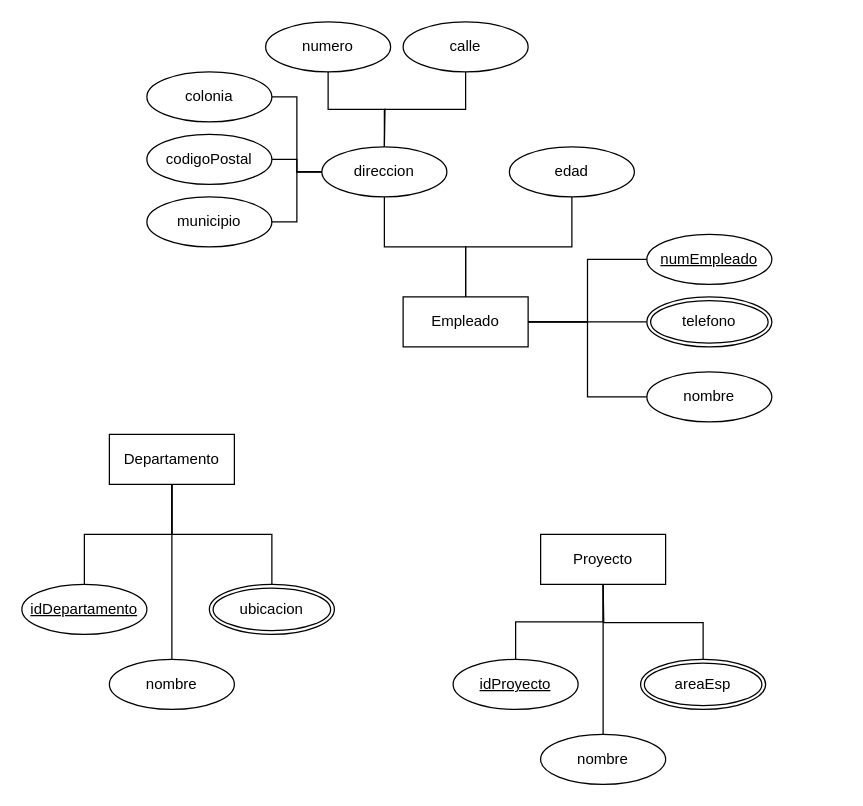
Earlier version of the draw.io diagram Activity-2-2.drawio (xmr-p/DatabaseCharts). Source tidied: cells renumbered, new cells numbered last; positions are measured from the earlier drawing's top-left corner, leaving out a move shared by most shapes. Both pictures are drawn from the tidied source at 125%, with x=0, y=0 at pixel (21, 21).
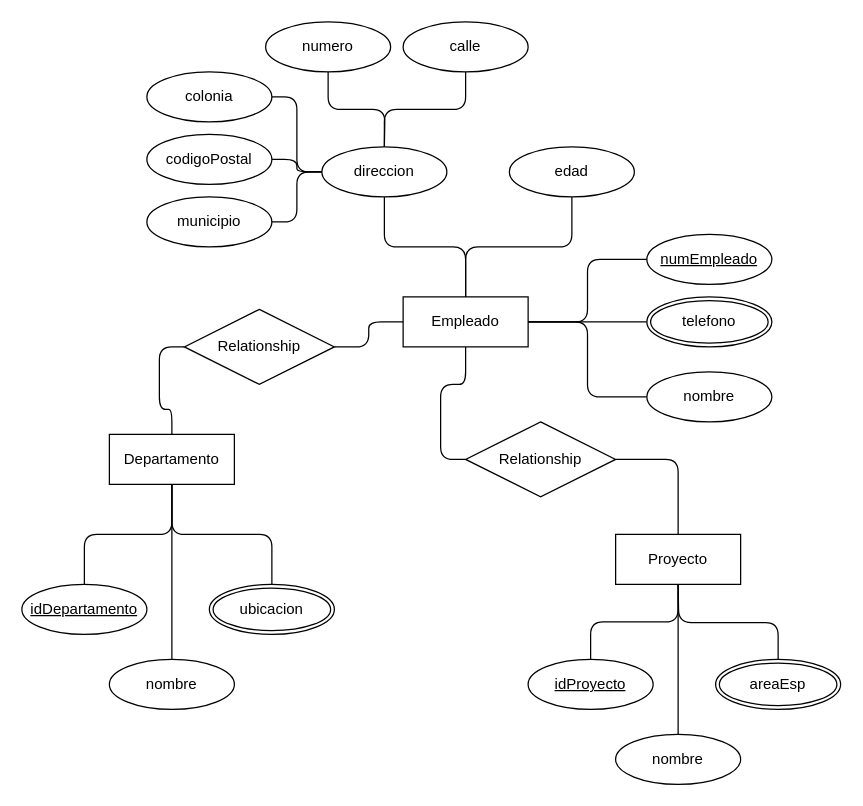
After the change.

Unchanged cells that the change refers to:
```xml
<mxCell id="3" value="Empleado" style="whiteSpace=wrap;html=1;align=center;" parent="1" vertex="1">
  <mxGeometry x="305" y="220" width="100" height="40" as="geometry" />
</mxCell>
<mxCell id="4" value="Departamento" style="whiteSpace=wrap;html=1;align=center;" parent="1" vertex="1">
  <mxGeometry x="70" y="330" width="100" height="40" as="geometry" />
</mxCell>
<mxCell id="6" value="nombre" style="ellipse;whiteSpace=wrap;html=1;align=center;" parent="1" vertex="1">
  <mxGeometry x="70" y="510" width="100" height="40" as="geometry" />
</mxCell>
<mxCell id="8" value="idDepartamento" style="ellipse;whiteSpace=wrap;html=1;align=center;fontStyle=4;" parent="1" vertex="1">
  <mxGeometry y="450" width="100" height="40" as="geometry" />
</mxCell>
<mxCell id="10" value="ubicacion" style="ellipse;shape=doubleEllipse;margin=3;whiteSpace=wrap;html=1;align=center;" parent="1" vertex="1">
  <mxGeometry x="150" y="450" width="100" height="40" as="geometry" />
</mxCell>
<mxCell id="12" value="numEmpleado" style="ellipse;whiteSpace=wrap;html=1;align=center;fontStyle=4;" parent="1" vertex="1">
  <mxGeometry x="500" y="170" width="100" height="40" as="geometry" />
</mxCell>
<mxCell id="14" value="nombre" style="ellipse;whiteSpace=wrap;html=1;align=center;" parent="1" vertex="1">
  <mxGeometry x="500" y="280" width="100" height="40" as="geometry" />
</mxCell>
<mxCell id="16" value="telefono" style="ellipse;shape=doubleEllipse;margin=3;whiteSpace=wrap;html=1;align=center;" parent="1" vertex="1">
  <mxGeometry x="500" y="220" width="100" height="40" as="geometry" />
</mxCell>
<mxCell id="18" value="edad" style="ellipse;whiteSpace=wrap;html=1;align=center;" parent="1" vertex="1">
  <mxGeometry x="390" y="100" width="100" height="40" as="geometry" />
</mxCell>
<mxCell id="20" value="direccion" style="ellipse;whiteSpace=wrap;html=1;align=center;" parent="1" vertex="1">
  <mxGeometry x="240" y="100" width="100" height="40" as="geometry" />
</mxCell>
<mxCell id="22" value="calle" style="ellipse;whiteSpace=wrap;html=1;align=center;" parent="1" vertex="1">
  <mxGeometry x="305" width="100" height="40" as="geometry" />
</mxCell>
<mxCell id="24" value="codigoPostal" style="ellipse;whiteSpace=wrap;html=1;align=center;" parent="1" vertex="1">
  <mxGeometry x="100" y="90" width="100" height="40" as="geometry" />
</mxCell>
<mxCell id="26" value="numero" style="ellipse;whiteSpace=wrap;html=1;align=center;" parent="1" vertex="1">
  <mxGeometry x="195" width="100" height="40" as="geometry" />
</mxCell>
<mxCell id="28" value="colonia" style="ellipse;whiteSpace=wrap;html=1;align=center;" parent="1" vertex="1">
  <mxGeometry x="100" y="40" width="100" height="40" as="geometry" />
</mxCell>
<mxCell id="29" value="municipio" style="ellipse;whiteSpace=wrap;html=1;align=center;" parent="1" vertex="1">
  <mxGeometry x="100" y="140" width="100" height="40" as="geometry" />
</mxCell>
```

Diff of the diagram source:
```diff
@@
     <mxCell id="2" value="Proyecto" style="whiteSpace=wrap;html=1;align=center;" parent="1" vertex="1">
-      <mxGeometry x="415" y="410" width="100" height="40" as="geometry" />
+      <mxGeometry x="475" y="410" width="100" height="40" as="geometry" />
     </mxCell>
@@
-    <mxCell id="5" style="edgeStyle=orthogonalEdgeStyle;rounded=0;jettySize=auto;html=1;exitX=0.5;exitY=0;exitDx=0;exitDy=0;entryX=0.5;entryY=1;entryDx=0;entryDy=0;endArrow=none;endFill=0;" parent="1" edge="1" source="6" target="4">
+    <mxCell id="5" style="edgeStyle=orthogonalEdgeStyle;rounded=1;jettySize=auto;html=1;exitX=0.5;exitY=0;exitDx=0;exitDy=0;entryX=0.5;entryY=1;entryDx=0;entryDy=0;endArrow=none;endFill=0;curved=0;" parent="1" edge="1" source="6" target="4">
       <mxGeometry relative="1" as="geometry" />
     </mxCell>
@@
-    <mxCell id="7" style="edgeStyle=orthogonalEdgeStyle;rounded=0;jettySize=auto;html=1;exitX=0.5;exitY=0;exitDx=0;exitDy=0;entryX=0.5;entryY=1;entryDx=0;entryDy=0;endArrow=none;endFill=0;" parent="1" edge="1" source="8" target="4">
+    <mxCell id="7" style="edgeStyle=orthogonalEdgeStyle;rounded=1;jettySize=auto;html=1;exitX=0.5;exitY=0;exitDx=0;exitDy=0;entryX=0.5;entryY=1;entryDx=0;entryDy=0;endArrow=none;endFill=0;curved=0;" parent="1" edge="1" source="8" target="4">
       <mxGeometry relative="1" as="geometry" />
     </mxCell>
@@
-    <mxCell id="9" style="edgeStyle=orthogonalEdgeStyle;rounded=0;jettySize=auto;html=1;exitX=0.5;exitY=0;exitDx=0;exitDy=0;endArrow=none;endFill=0;entryX=0.5;entryY=1;entryDx=0;entryDy=0;" parent="1" edge="1" source="10" target="4">
+    <mxCell id="9" style="edgeStyle=orthogonalEdgeStyle;rounded=1;jettySize=auto;html=1;exitX=0.5;exitY=0;exitDx=0;exitDy=0;endArrow=none;endFill=0;entryX=0.5;entryY=1;entryDx=0;entryDy=0;curved=0;" parent="1" edge="1" source="10" target="4">
       <mxGeometry relative="1" as="geometry" />
     </mxCell>
@@
-    <mxCell id="11" style="edgeStyle=orthogonalEdgeStyle;rounded=0;jettySize=auto;html=1;exitX=0;exitY=0.5;exitDx=0;exitDy=0;entryX=1;entryY=0.5;entryDx=0;entryDy=0;endArrow=none;endFill=0;" parent="1" edge="1" source="12" target="3">
+    <mxCell id="11" style="edgeStyle=orthogonalEdgeStyle;rounded=1;jettySize=auto;html=1;exitX=0;exitY=0.5;exitDx=0;exitDy=0;entryX=1;entryY=0.5;entryDx=0;entryDy=0;endArrow=none;endFill=0;curved=0;" parent="1" edge="1" source="12" target="3">
       <mxGeometry relative="1" as="geometry" />
     </mxCell>
@@
-    <mxCell id="13" style="edgeStyle=orthogonalEdgeStyle;rounded=0;jettySize=auto;html=1;exitX=0;exitY=0.5;exitDx=0;exitDy=0;entryX=1;entryY=0.5;entryDx=0;entryDy=0;endArrow=none;endFill=0;" parent="1" edge="1" source="14" target="3">
+    <mxCell id="13" style="edgeStyle=orthogonalEdgeStyle;rounded=1;jettySize=auto;html=1;exitX=0;exitY=0.5;exitDx=0;exitDy=0;entryX=1;entryY=0.5;entryDx=0;entryDy=0;endArrow=none;endFill=0;curved=0;" parent="1" edge="1" source="14" target="3">
       <mxGeometry relative="1" as="geometry" />
     </mxCell>
@@
-    <mxCell id="15" style="edgeStyle=orthogonalEdgeStyle;rounded=0;jettySize=auto;html=1;exitX=0;exitY=0.5;exitDx=0;exitDy=0;entryX=1;entryY=0.5;entryDx=0;entryDy=0;endArrow=none;endFill=0;" parent="1" edge="1" source="16" target="3">
+    <mxCell id="15" style="edgeStyle=orthogonalEdgeStyle;rounded=1;jettySize=auto;html=1;exitX=0;exitY=0.5;exitDx=0;exitDy=0;entryX=1;entryY=0.5;entryDx=0;entryDy=0;endArrow=none;endFill=0;curved=0;" parent="1" edge="1" source="16" target="3">
       <mxGeometry relative="1" as="geometry" />
     </mxCell>
@@
-    <mxCell id="17" style="edgeStyle=orthogonalEdgeStyle;rounded=0;jettySize=auto;html=1;exitX=0.5;exitY=1;exitDx=0;exitDy=0;entryX=0.5;entryY=0;entryDx=0;entryDy=0;endArrow=none;endFill=0;" parent="1" edge="1" source="18" target="3">
+    <mxCell id="17" style="edgeStyle=orthogonalEdgeStyle;rounded=1;jettySize=auto;html=1;exitX=0.5;exitY=1;exitDx=0;exitDy=0;entryX=0.5;entryY=0;entryDx=0;entryDy=0;endArrow=none;endFill=0;curved=0;" parent="1" edge="1" source="18" target="3">
       <mxGeometry relative="1" as="geometry" />
     </mxCell>
@@
-    <mxCell id="19" style="edgeStyle=orthogonalEdgeStyle;rounded=0;jettySize=auto;html=1;exitX=0.5;exitY=1;exitDx=0;exitDy=0;entryX=0.5;entryY=0;entryDx=0;entryDy=0;endArrow=none;endFill=0;" parent="1" edge="1" source="20" target="3">
+    <mxCell id="19" style="edgeStyle=orthogonalEdgeStyle;rounded=1;jettySize=auto;html=1;exitX=0.5;exitY=1;exitDx=0;exitDy=0;entryX=0.5;entryY=0;entryDx=0;entryDy=0;endArrow=none;endFill=0;curved=0;" parent="1" edge="1" source="20" target="3">
       <mxGeometry relative="1" as="geometry" />
     </mxCell>
@@
-    <mxCell id="21" style="edgeStyle=orthogonalEdgeStyle;rounded=0;jettySize=auto;html=1;exitX=0.5;exitY=1;exitDx=0;exitDy=0;entryX=0.5;entryY=0;entryDx=0;entryDy=0;endArrow=none;endFill=0;" parent="1" edge="1" source="22" target="20">
+    <mxCell id="21" style="edgeStyle=orthogonalEdgeStyle;rounded=1;jettySize=auto;html=1;exitX=0.5;exitY=1;exitDx=0;exitDy=0;entryX=0.5;entryY=0;entryDx=0;entryDy=0;endArrow=none;endFill=0;curved=0;" parent="1" edge="1" source="22" target="20">
       <mxGeometry relative="1" as="geometry" />
     </mxCell>
@@
-    <mxCell id="23" style="edgeStyle=orthogonalEdgeStyle;rounded=0;jettySize=auto;html=1;exitX=1;exitY=0.5;exitDx=0;exitDy=0;entryX=0;entryY=0.5;entryDx=0;entryDy=0;endArrow=none;endFill=0;" parent="1" edge="1" source="24" target="20">
+    <mxCell id="23" style="edgeStyle=orthogonalEdgeStyle;rounded=1;jettySize=auto;html=1;exitX=1;exitY=0.5;exitDx=0;exitDy=0;entryX=0;entryY=0.5;entryDx=0;entryDy=0;endArrow=none;endFill=0;curved=0;" parent="1" edge="1" source="24" target="20">
       <mxGeometry relative="1" as="geometry" />
     </mxCell>
@@
-    <mxCell id="25" style="edgeStyle=orthogonalEdgeStyle;rounded=0;jettySize=auto;html=1;exitX=0.5;exitY=1;exitDx=0;exitDy=0;endArrow=none;endFill=0;" parent="1" edge="1" source="26">
+    <mxCell id="25" style="edgeStyle=orthogonalEdgeStyle;rounded=1;jettySize=auto;html=1;exitX=0.5;exitY=1;exitDx=0;exitDy=0;endArrow=none;endFill=0;curved=0;" parent="1" edge="1" source="26">
       <mxGeometry relative="1" as="geometry">
         <mxPoint x="290" y="100" as="targetPoint" />
       </mxGeometry>
     </mxCell>
@@
-    <mxCell id="27" style="edgeStyle=orthogonalEdgeStyle;rounded=0;jettySize=auto;html=1;exitX=1;exitY=0.5;exitDx=0;exitDy=0;entryX=0;entryY=0.5;entryDx=0;entryDy=0;endArrow=none;endFill=0;" parent="1" edge="1" source="28" target="20">
+    <mxCell id="27" style="edgeStyle=orthogonalEdgeStyle;rounded=1;jettySize=auto;html=1;exitX=1;exitY=0.5;exitDx=0;exitDy=0;entryX=0;entryY=0.5;entryDx=0;entryDy=0;endArrow=none;endFill=0;curved=0;" parent="1" edge="1" source="28" target="20">
       <mxGeometry relative="1" as="geometry" />
     </mxCell>
@@
-    <mxCell id="30" style="edgeStyle=orthogonalEdgeStyle;rounded=0;jettySize=auto;html=1;exitX=1;exitY=0.5;exitDx=0;exitDy=0;entryX=0;entryY=0.5;entryDx=0;entryDy=0;endArrow=none;endFill=0;" parent="1" edge="1" source="29" target="20">
+    <mxCell id="30" style="edgeStyle=orthogonalEdgeStyle;rounded=1;jettySize=auto;html=1;exitX=1;exitY=0.5;exitDx=0;exitDy=0;entryX=0;entryY=0.5;entryDx=0;entryDy=0;endArrow=none;endFill=0;curved=0;" parent="1" edge="1" source="29" target="20">
       <mxGeometry relative="1" as="geometry" />
     </mxCell>
-    <mxCell id="31" style="edgeStyle=orthogonalEdgeStyle;rounded=0;jettySize=auto;html=1;exitX=0.5;exitY=0;exitDx=0;exitDy=0;entryX=0.5;entryY=1;entryDx=0;entryDy=0;endArrow=none;endFill=0;" parent="1" edge="1" source="32" target="2">
+    <mxCell id="31" style="edgeStyle=orthogonalEdgeStyle;rounded=1;jettySize=auto;html=1;exitX=0.5;exitY=0;exitDx=0;exitDy=0;entryX=0.5;entryY=1;entryDx=0;entryDy=0;endArrow=none;endFill=0;curved=0;" parent="1" edge="1" source="32" target="2">
       <mxGeometry relative="1" as="geometry" />
     </mxCell>
     <mxCell id="32" value="idProyecto" style="ellipse;whiteSpace=wrap;html=1;align=center;fontStyle=4;" parent="1" vertex="1">
-      <mxGeometry x="345" y="510" width="100" height="40" as="geometry" />
+      <mxGeometry x="405" y="510" width="100" height="40" as="geometry" />
     </mxCell>
-    <mxCell id="33" style="edgeStyle=orthogonalEdgeStyle;rounded=0;jettySize=auto;html=1;exitX=0.5;exitY=0;exitDx=0;exitDy=0;endArrow=none;endFill=0;" parent="1" edge="1" source="34">
+    <mxCell id="33" style="edgeStyle=orthogonalEdgeStyle;rounded=1;jettySize=auto;html=1;exitX=0.5;exitY=0;exitDx=0;exitDy=0;endArrow=none;endFill=0;curved=0;" parent="1" edge="1" source="34">
       <mxGeometry relative="1" as="geometry">
-        <mxPoint x="465" y="450" as="targetPoint" />
+        <mxPoint x="525" y="450" as="targetPoint" />
       </mxGeometry>
     </mxCell>
     <mxCell id="34" value="areaEsp" style="ellipse;shape=doubleEllipse;margin=3;whiteSpace=wrap;html=1;align=center;" parent="1" vertex="1">
-      <mxGeometry x="495" y="510" width="100" height="40" as="geometry" />
+      <mxGeometry x="555" y="510" width="100" height="40" as="geometry" />
     </mxCell>
-    <mxCell id="35" style="edgeStyle=orthogonalEdgeStyle;rounded=0;jettySize=auto;html=1;exitX=0.5;exitY=0;exitDx=0;exitDy=0;endArrow=none;endFill=0;" parent="1" edge="1" source="36">
+    <mxCell id="35" style="edgeStyle=orthogonalEdgeStyle;rounded=1;jettySize=auto;html=1;exitX=0.5;exitY=0;exitDx=0;exitDy=0;endArrow=none;endFill=0;curved=0;" parent="1" edge="1" source="36">
       <mxGeometry relative="1" as="geometry">
-        <mxPoint x="465" y="450" as="targetPoint" />
+        <mxPoint x="525" y="450" as="targetPoint" />
       </mxGeometry>
     </mxCell>
     <mxCell id="36" value="nombre" style="ellipse;whiteSpace=wrap;html=1;align=center;" parent="1" vertex="1">
-      <mxGeometry x="415" y="570" width="100" height="40" as="geometry" />
+      <mxGeometry x="475" y="570" width="100" height="40" as="geometry" />
     </mxCell>
+    <mxCell id="37" style="edgeStyle=orthogonalEdgeStyle;rounded=1;jettySize=auto;html=1;exitX=0;exitY=0.5;exitDx=0;exitDy=0;entryX=0.5;entryY=1;entryDx=0;entryDy=0;endArrow=none;endFill=0;curved=0;" parent="1" edge="1" source="39" target="3">
+      <mxGeometry relative="1" as="geometry" />
+    </mxCell>
+    <mxCell id="38" style="edgeStyle=orthogonalEdgeStyle;rounded=1;jettySize=auto;html=1;exitX=1;exitY=0.5;exitDx=0;exitDy=0;entryX=0.5;entryY=0;entryDx=0;entryDy=0;endArrow=none;endFill=0;curved=0;" parent="1" edge="1" source="39" target="2">
+      <mxGeometry relative="1" as="geometry" />
+    </mxCell>
+    <mxCell id="39" value="Relationship" style="shape=rhombus;perimeter=rhombusPerimeter;whiteSpace=wrap;html=1;align=center;rotation=0;" parent="1" vertex="1">
+      <mxGeometry x="355" y="320" width="120" height="60" as="geometry" />
+    </mxCell>
+    <mxCell id="40" style="edgeStyle=orthogonalEdgeStyle;rounded=1;jettySize=auto;html=1;exitX=1;exitY=0.5;exitDx=0;exitDy=0;entryX=0;entryY=0.5;entryDx=0;entryDy=0;endArrow=none;endFill=0;curved=0;" parent="1" edge="1" source="42" target="3">
+      <mxGeometry relative="1" as="geometry" />
+    </mxCell>
+    <mxCell id="41" style="edgeStyle=orthogonalEdgeStyle;rounded=1;jettySize=auto;html=1;exitX=0;exitY=0.5;exitDx=0;exitDy=0;entryX=0.5;entryY=0;entryDx=0;entryDy=0;endArrow=none;endFill=0;curved=0;" parent="1" edge="1" source="42" target="4">
+      <mxGeometry relative="1" as="geometry" />
+    </mxCell>
+    <mxCell id="42" value="Relationship" style="shape=rhombus;perimeter=rhombusPerimeter;whiteSpace=wrap;html=1;align=center;" parent="1" vertex="1">
+      <mxGeometry x="130" y="230" width="120" height="60" as="geometry" />
+    </mxCell>
```
